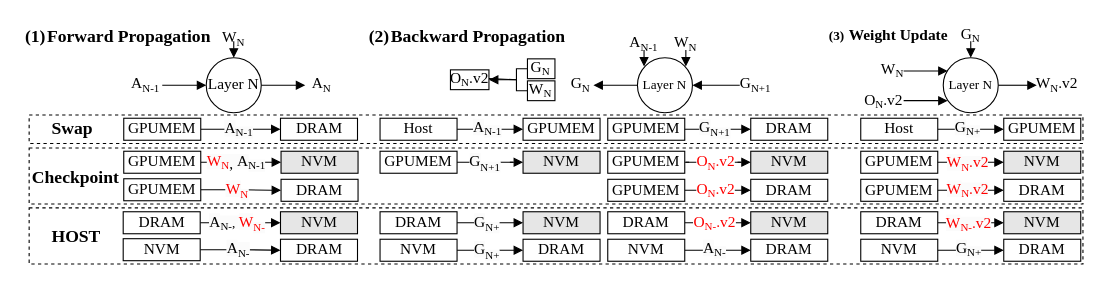
Earlier version of the draw.io diagram fig/pipeline.drawio (icszhr/NCheck). Source tidied: cells renumbered, new cells numbered last; positions are measured from the earlier drawing's top-left corner, leaving out a move shared by most shapes. Both pictures are drawn from the tidied source at 110%, with x=0, y=0 at pixel (19, 19).
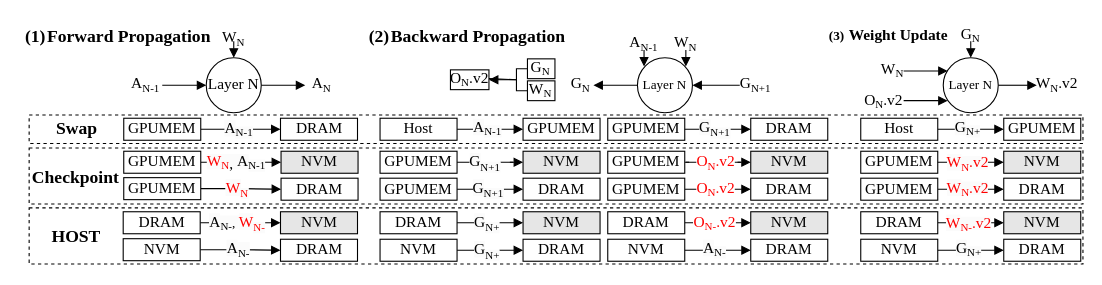
Above is the later version.

What changed in the source:
```diff
@@
     <mxCell id="62" value="&lt;b style=&quot;font-size: 16px;&quot;&gt;Swap&lt;/b&gt;" style="text;html=1;align=center;verticalAlign=middle;whiteSpace=wrap;rounded=0;fontFamily=Times New Roman;fontSize=16;" parent="1" vertex="1">
-      <mxGeometry x="5" y="84" width="87" height="30" as="geometry" />
+      <mxGeometry x="9" y="84" width="87" height="30" as="geometry" />
     </mxCell>
@@
     <mxCell id="89" value="&lt;font style=&quot;font-size: 14px;&quot;&gt;GPUMEM&lt;/font&gt;" style="rounded=0;whiteSpace=wrap;html=1;fontFamily=Times New Roman;" parent="1" vertex="1">
-      <mxGeometry x="765" y="145.5" width="70" height="20" as="geometry" />
+      <mxGeometry x="765" y="144.5" width="70" height="20" as="geometry" />
     </mxCell>
     <mxCell id="90" value="&lt;font style=&quot;font-size: 14px;&quot;&gt;DRAM&lt;/font&gt;" style="rounded=0;whiteSpace=wrap;html=1;fontFamily=Times New Roman;" parent="1" vertex="1">
-      <mxGeometry x="895" y="145.5" width="70" height="20" as="geometry" />
+      <mxGeometry x="895" y="144.5" width="70" height="20" as="geometry" />
     </mxCell>
     <mxCell id="91" value="&lt;font color=&quot;#ff0000&quot; style=&quot;&quot;&gt;&lt;span style=&quot;font-size: 14px; font-family: &amp;quot;Times New Roman&amp;quot;; text-wrap: wrap; background-color: rgb(251, 251, 251);&quot;&gt;W&lt;/span&gt;&lt;span style=&quot;font-family: &amp;quot;Times New Roman&amp;quot;; text-wrap: wrap; background-color: rgb(251, 251, 251);&quot;&gt;&lt;font style=&quot;&quot;&gt;&lt;sub style=&quot;font-size: 10px;&quot;&gt;N&lt;/sub&gt;&lt;font style=&quot;font-size: 14px;&quot;&gt;.v2&lt;/font&gt;&lt;/font&gt;&lt;/span&gt;&lt;/font&gt;" style="edgeLabel;html=1;align=center;verticalAlign=middle;" parent="1" vertex="1">
-      <mxGeometry x="861" y="155.5" as="geometry" />
+      <mxGeometry x="861" y="154.5" as="geometry" />
     </mxCell>
@@
     <mxCell id="112" value="GPUMEM" style="rounded=0;whiteSpace=wrap;html=1;fontFamily=Times New Roman;fontSize=14;" parent="1" vertex="1">
-      <mxGeometry x="95" y="145" width="70" height="20" as="geometry" />
+      <mxGeometry x="95" y="144" width="70" height="20" as="geometry" />
     </mxCell>
     <mxCell id="113" value="DRAM" style="rounded=0;whiteSpace=wrap;html=1;fontFamily=Times New Roman;fontSize=14;" parent="1" vertex="1">
-      <mxGeometry x="238" y="145.5" width="70" height="20" as="geometry" />
+      <mxGeometry x="238" y="144.5" width="70" height="20" as="geometry" />
     </mxCell>
     <mxCell id="114" value="&lt;div style=&quot;text-align: center;&quot;&gt;&lt;br&gt;&lt;/div&gt;" style="text;whiteSpace=wrap;html=1;fontFamily=Times New Roman;" parent="1" vertex="1">
-      <mxGeometry x="180" y="140" width="30" height="30" as="geometry" />
+      <mxGeometry x="180" y="139" width="30" height="30" as="geometry" />
     </mxCell>
     <mxCell id="115" value="&lt;font color=&quot;#ff0000&quot; style=&quot;&quot;&gt;&lt;span style=&quot;font-size: 14px; font-family: &amp;quot;Times New Roman&amp;quot;; text-wrap: wrap; background-color: rgb(251, 251, 251);&quot;&gt;W&lt;/span&gt;&lt;sub style=&quot;font-family: &amp;quot;Times New Roman&amp;quot;; text-wrap: wrap; background-color: rgb(251, 251, 251);&quot;&gt;&lt;font style=&quot;font-size: 10px;&quot;&gt;N&lt;/font&gt;&lt;/sub&gt;&lt;/font&gt;" style="edgeLabel;html=1;align=center;verticalAlign=middle;" parent="1" vertex="1">
-      <mxGeometry x="209" y="154.5" as="geometry">
+      <mxGeometry x="209" y="153.5" as="geometry">
         <mxPoint x="-12" y="1" as="offset" />
       </mxGeometry>
     </mxCell>
@@
     <mxCell id="118" value="&lt;font style=&quot;font-size: 14px;&quot;&gt;GPUMEM&lt;/font&gt;" style="rounded=0;whiteSpace=wrap;html=1;fontFamily=Times New Roman;" parent="1" vertex="1">
-      <mxGeometry x="535" y="145.5" width="70" height="20" as="geometry" />
+      <mxGeometry x="535" y="144.5" width="70" height="20" as="geometry" />
     </mxCell>
     <mxCell id="119" value="&lt;font style=&quot;font-size: 14px;&quot;&gt;DRAM&lt;/font&gt;" style="rounded=0;whiteSpace=wrap;html=1;fontFamily=Times New Roman;" parent="1" vertex="1">
-      <mxGeometry x="665" y="145.5" width="70" height="20" as="geometry" />
+      <mxGeometry x="665" y="144.5" width="70" height="20" as="geometry" />
     </mxCell>
@@
+    <mxCell id="128" style="edgeStyle=orthogonalEdgeStyle;rounded=0;jettySize=auto;html=1;entryX=0;entryY=0.5;entryDx=0;entryDy=0;endArrow=block;endFill=1;fontFamily=Times New Roman;" parent="1" edge="1" source="130" target="131">
+      <mxGeometry relative="1" as="geometry" />
+    </mxCell>
+    <mxCell id="129" value="&lt;span style=&quot;text-wrap: wrap; font-family: &amp;quot;Times New Roman&amp;quot;; background-color: rgb(251, 251, 251); font-size: 14px;&quot;&gt;G&lt;/span&gt;&lt;sub style=&quot;text-wrap: wrap; font-family: &amp;quot;Times New Roman&amp;quot;; background-color: rgb(251, 251, 251);&quot;&gt;&lt;font style=&quot;font-size: 10px;&quot;&gt;N+1&lt;/font&gt;&lt;/sub&gt;" style="edgeLabel;html=1;align=center;verticalAlign=middle;" parent="128" vertex="1">
+      <mxGeometry x="-0.11" relative="1" as="geometry" />
+    </mxCell>
+    <mxCell id="130" value="&lt;font style=&quot;font-size: 14px;&quot;&gt;GPUMEM&lt;/font&gt;" style="rounded=0;whiteSpace=wrap;html=1;fontFamily=Times New Roman;" parent="1" vertex="1">
+      <mxGeometry x="328" y="144.5" width="70" height="20" as="geometry" />
+    </mxCell>
+    <mxCell id="131" value="&lt;font style=&quot;font-size: 14px;&quot;&gt;DRAM&lt;/font&gt;" style="rounded=0;whiteSpace=wrap;html=1;fontFamily=Times New Roman;" parent="1" vertex="1">
+      <mxGeometry x="458" y="144.5" width="70" height="20" as="geometry" />
+    </mxCell>
```
